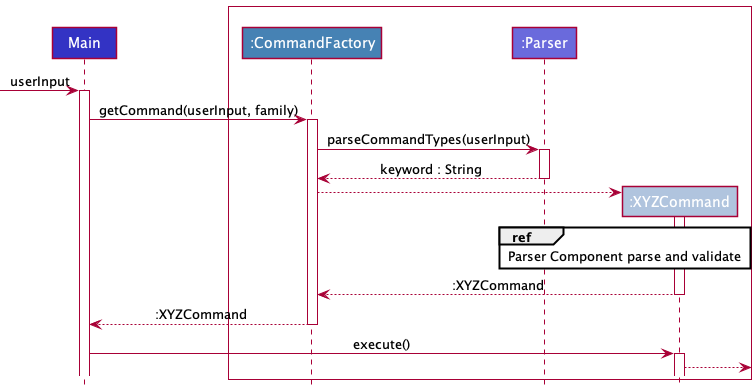
nus-cs2113-AY2122S2/tp keeps this PlantUML diagram as docs/images/CommandFactorySequence4.png. Above is the earlier version. The source it was exported from:
```plantuml
@startuml
!include style.puml
skinparam ClassFontColor #000000
skinparam ClassBorderColor #000000

participant Main LOGIC_COLOR_T1
Box " "#WHITE
    participant ":CommandFactory" as CommandFactory COMMAND_COLOR
    participant ":Parser" as Parser LOGIC_COLOR_T2
    participant ":XYZCommand" as XYZCommand COMMAND_COLOR_T2
end Box

-> Main: userInput
activate Main
Main -> CommandFactory: getCommand(userInput, family)
activate CommandFactory
CommandFactory -> Parser: parseCommandTypes(userInput)
activate Parser
Parser --> CommandFactory: keyword : String
deactivate Parser
create XYZCommand
CommandFactory --> XYZCommand
activate XYZCommand
ref over Parser, XYZCommand
Parser Component parse and validate
end ref
XYZCommand --> CommandFactory: :XYZCommand
deactivate XYZCommand
CommandFactory --> Main: :XYZCommand
deactivate CommandFactory
Main -> XYZCommand: execute()
activate XYZCommand
XYZCommand -->
@enduml
```
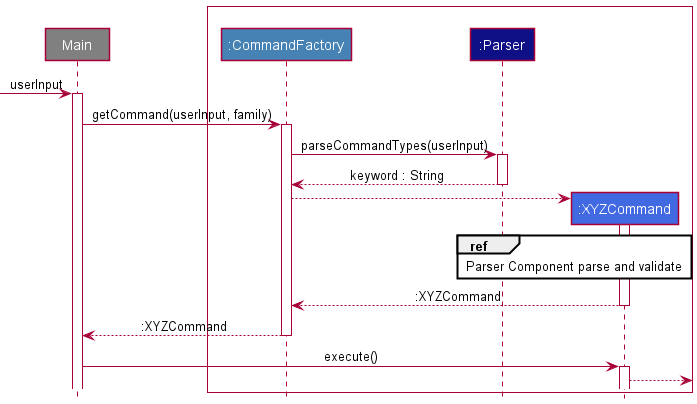
Later version of the same file.

The edit, as a diff of the source:
```diff
@@ -3,11 +3,11 @@
 skinparam ClassFontColor #000000
 skinparam ClassBorderColor #000000
 
-participant Main LOGIC_COLOR_T1
+participant Main #grey
 Box " "#WHITE
     participant ":CommandFactory" as CommandFactory COMMAND_COLOR
-    participant ":Parser" as Parser LOGIC_COLOR_T2
-    participant ":XYZCommand" as XYZCommand COMMAND_COLOR_T2
+    participant ":Parser" as Parser LOGIC_COLOR
+    participant ":XYZCommand" as XYZCommand COMMAND_COLOR_T1
 end Box
 
 -> Main: userInput
```
